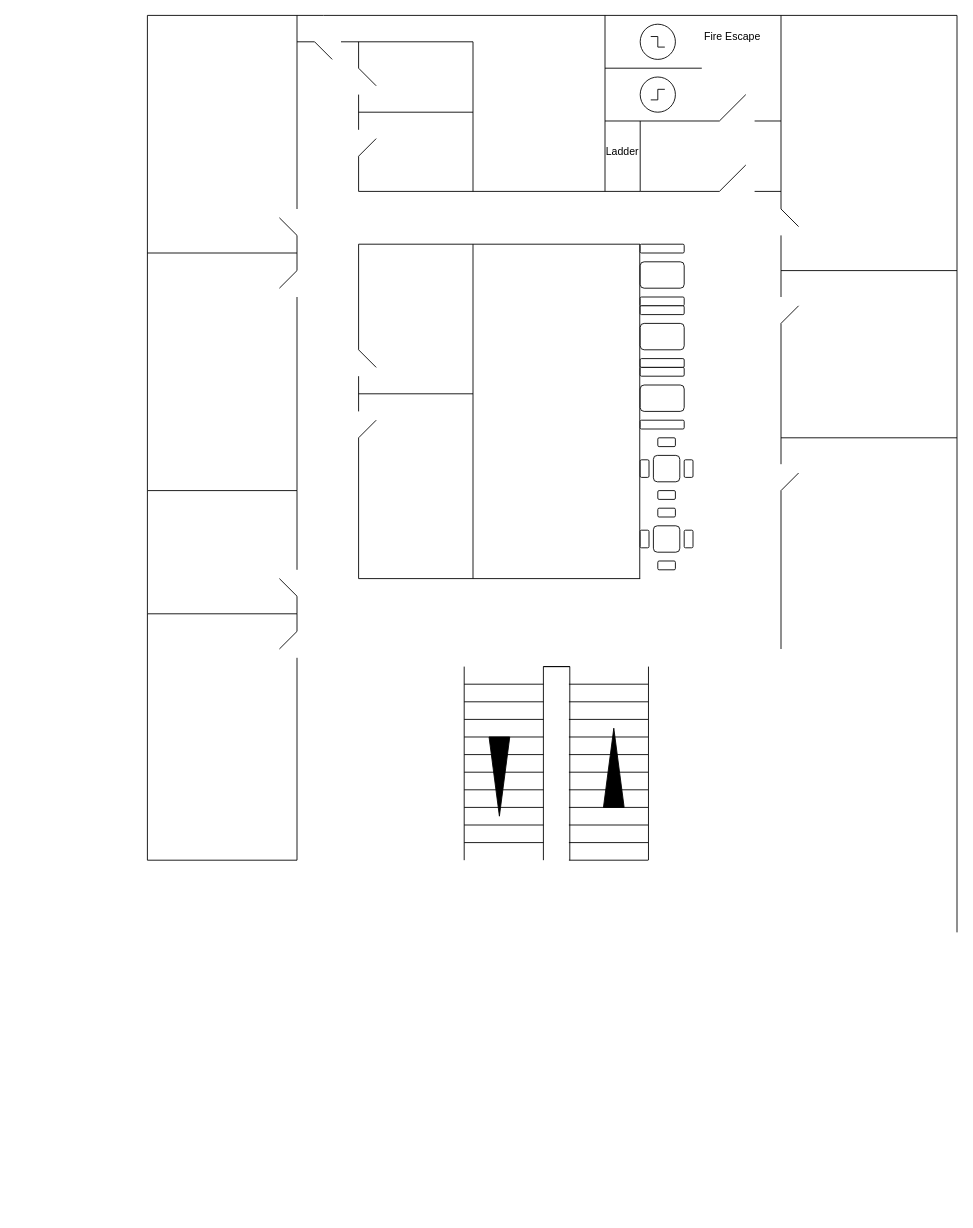
Earlier version of the draw.io diagram Submission_Map_1stFloor.drawio (RemediumSolutions/Draw.IO). Source tidied: cells renumbered, new cells numbered last; positions are measured from the earlier drawing's top-left corner, leaving out a move shared by most shapes. Both pictures are drawn from the tidied source at 88%, with x=0, y=0 at pixel (147, 15).
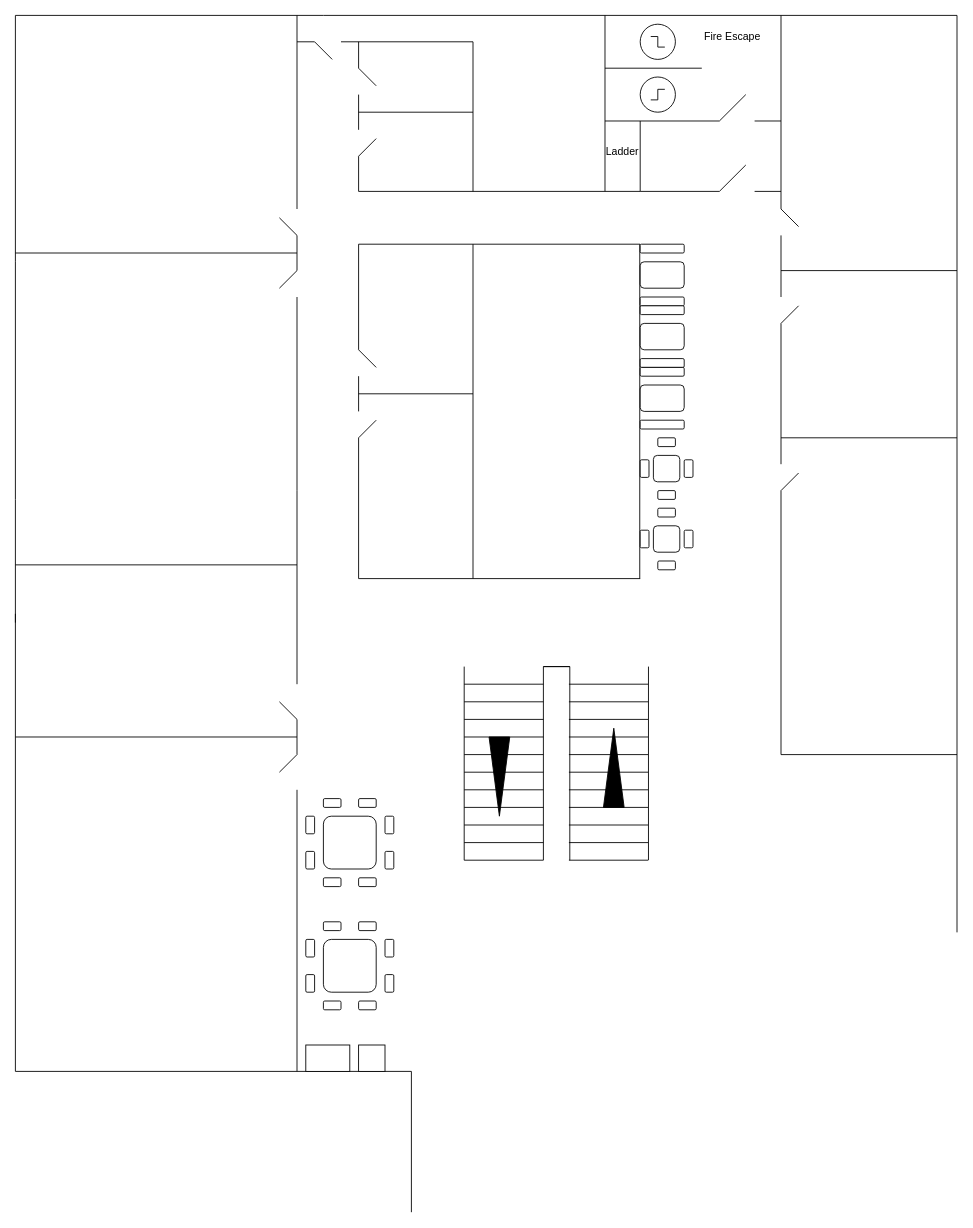
After the change.

Change to the diagram source:
```diff
@@
     <mxCell id="27" style="endArrow=none;html=1;rounded=0;" parent="1" edge="1">
       <mxGeometry relative="1" as="geometry">
-        <mxPoint as="sourcePoint" />
+        <mxPoint x="-150" as="sourcePoint" />
         <mxPoint x="200" as="targetPoint" />
       </mxGeometry>
     </mxCell>
@@
     <mxCell id="31" style="endArrow=none;html=1;rounded=0;" parent="1" edge="1">
       <mxGeometry relative="1" as="geometry">
-        <mxPoint y="270" as="sourcePoint" />
-        <mxPoint as="targetPoint" />
+        <mxPoint x="-150" y="280" as="sourcePoint" />
+        <mxPoint x="-150" as="targetPoint" />
       </mxGeometry>
     </mxCell>
@@
     <mxCell id="34" style="endArrow=none;html=1;rounded=0;" parent="1" edge="1">
       <mxGeometry relative="1" as="geometry">
-        <mxPoint y="270" as="sourcePoint" />
+        <mxPoint x="-150" y="270" as="sourcePoint" />
         <mxPoint x="170" y="270" as="targetPoint" />
       </mxGeometry>
     </mxCell>
     <mxCell id="35" style="endArrow=none;html=1;rounded=0;" parent="1" edge="1">
       <mxGeometry relative="1" as="geometry">
-        <mxPoint y="540" as="sourcePoint" />
-        <mxPoint y="270" as="targetPoint" />
+        <mxPoint x="-150" y="550" as="sourcePoint" />
+        <mxPoint x="-150" y="280" as="targetPoint" />
       </mxGeometry>
     </mxCell>
@@
     <mxCell id="39" style="endArrow=none;html=1;rounded=0;" parent="1" edge="1">
       <mxGeometry relative="1" as="geometry">
-        <mxPoint y="540" as="sourcePoint" />
-        <mxPoint x="170" y="540" as="targetPoint" />
+        <mxPoint x="-150" y="624.4" as="sourcePoint" />
+        <mxPoint x="170" y="624.4" as="targetPoint" />
       </mxGeometry>
     </mxCell>
     <mxCell id="40" style="endArrow=none;html=1;rounded=0;" parent="1" edge="1">
       <mxGeometry relative="1" as="geometry">
-        <mxPoint x="150" y="640" as="sourcePoint" />
-        <mxPoint x="170" y="660" as="targetPoint" />
+        <mxPoint x="150" y="780" as="sourcePoint" />
+        <mxPoint x="170" y="800" as="targetPoint" />
       </mxGeometry>
     </mxCell>
     <mxCell id="41" style="endArrow=none;html=1;rounded=0;" parent="1" edge="1">
       <mxGeometry relative="1" as="geometry">
-        <mxPoint x="170" y="680" as="sourcePoint" />
-        <mxPoint x="170" y="660" as="targetPoint" />
+        <mxPoint x="170" y="820" as="sourcePoint" />
+        <mxPoint x="170" y="800" as="targetPoint" />
       </mxGeometry>
     </mxCell>
     <mxCell id="42" style="endArrow=none;html=1;rounded=0;" parent="1" edge="1">
       <mxGeometry relative="1" as="geometry">
-        <mxPoint x="170" y="700" as="sourcePoint" />
-        <mxPoint x="170" y="680" as="targetPoint" />
+        <mxPoint x="170" y="840" as="sourcePoint" />
+        <mxPoint x="170" y="820" as="targetPoint" />
       </mxGeometry>
     </mxCell>
     <mxCell id="43" style="endArrow=none;html=1;rounded=0;" parent="1" edge="1">
       <mxGeometry relative="1" as="geometry">
-        <mxPoint x="150" y="720" as="sourcePoint" />
-        <mxPoint x="170" y="700" as="targetPoint" />
+        <mxPoint x="150" y="860" as="sourcePoint" />
+        <mxPoint x="170" y="840" as="targetPoint" />
       </mxGeometry>
     </mxCell>
     <mxCell id="44" style="endArrow=none;html=1;rounded=0;" parent="1" edge="1">
       <mxGeometry relative="1" as="geometry">
-        <mxPoint x="170" y="630" as="sourcePoint" />
+        <mxPoint x="170" y="760" as="sourcePoint" />
         <mxPoint x="170" y="540" as="targetPoint" />
       </mxGeometry>
     </mxCell>
     <mxCell id="45" style="endArrow=none;html=1;rounded=0;" parent="1" edge="1">
       <mxGeometry relative="1" as="geometry">
-        <mxPoint y="540" as="sourcePoint" />
-        <mxPoint y="680" as="targetPoint" />
+        <mxPoint x="-150" y="550" as="sourcePoint" />
+        <mxPoint x="-150" y="690" as="targetPoint" />
       </mxGeometry>
     </mxCell>
     <mxCell id="46" style="endArrow=none;html=1;rounded=0;" parent="1" edge="1">
       <mxGeometry relative="1" as="geometry">
-        <mxPoint y="680" as="sourcePoint" />
-        <mxPoint x="170" y="680" as="targetPoint" />
+        <mxPoint x="-150" y="820" as="sourcePoint" />
+        <mxPoint x="170" y="820" as="targetPoint" />
       </mxGeometry>
     </mxCell>
     <mxCell id="47" style="endArrow=none;html=1;rounded=0;" parent="1" edge="1">
       <mxGeometry relative="1" as="geometry">
-        <mxPoint x="170" y="960" as="sourcePoint" />
-        <mxPoint x="170" y="730" as="targetPoint" />
+        <mxPoint x="170" y="1200" as="sourcePoint" />
+        <mxPoint x="170" y="880" as="targetPoint" />
       </mxGeometry>
     </mxCell>
     <mxCell id="48" style="endArrow=none;html=1;rounded=0;" parent="1" edge="1">
       <mxGeometry relative="1" as="geometry">
-        <mxPoint y="960" as="sourcePoint" />
-        <mxPoint y="680" as="targetPoint" />
+        <mxPoint x="-150" y="1200" as="sourcePoint" />
+        <mxPoint x="-150" y="680" as="targetPoint" />
       </mxGeometry>
     </mxCell>
     <mxCell id="49" style="endArrow=none;html=1;rounded=0;" parent="1" edge="1">
       <mxGeometry relative="1" as="geometry">
-        <mxPoint y="960" as="sourcePoint" />
-        <mxPoint x="170" y="960" as="targetPoint" />
+        <mxPoint x="-150" y="1200" as="sourcePoint" />
+        <mxPoint x="300" y="1200" as="targetPoint" />
       </mxGeometry>
     </mxCell>
@@
     <mxCell id="88" style="endArrow=none;html=1;rounded=0;" parent="1" edge="1">
       <mxGeometry relative="1" as="geometry">
         <mxPoint x="720" y="540" as="sourcePoint" />
-        <mxPoint x="720" y="720" as="targetPoint" />
+        <mxPoint x="720" y="840" as="targetPoint" />
       </mxGeometry>
     </mxCell>
@@
+    <mxCell id="118" style="endArrow=none;html=1;rounded=0;" parent="1" edge="1">
+      <mxGeometry relative="1" as="geometry">
+        <mxPoint x="720" y="840" as="sourcePoint" />
+        <mxPoint x="920" y="840" as="targetPoint" />
+      </mxGeometry>
+    </mxCell>
+    <mxCell id="119" style="endArrow=none;html=1;rounded=0;" parent="1" edge="1">
+      <mxGeometry relative="1" as="geometry">
+        <mxPoint x="360" y="960" as="sourcePoint" />
+        <mxPoint x="450" y="960" as="targetPoint" />
+      </mxGeometry>
+    </mxCell>
+    <mxCell id="120" style="rounded=1;whiteSpace=wrap;html=1;" parent="1" vertex="1">
+      <mxGeometry x="200" y="910" width="60" height="60" as="geometry" />
+    </mxCell>
+    <mxCell id="121" style="rounded=1;whiteSpace=wrap;html=1;" parent="1" vertex="1">
+      <mxGeometry x="180" y="910" width="10" height="20" as="geometry" />
+    </mxCell>
+    <mxCell id="122" style="rounded=1;whiteSpace=wrap;html=1;" parent="1" vertex="1">
+      <mxGeometry x="180" y="950" width="10" height="20" as="geometry" />
+    </mxCell>
+    <mxCell id="123" style="rounded=1;whiteSpace=wrap;html=1;" parent="1" vertex="1">
+      <mxGeometry x="270" y="910" width="10" height="20" as="geometry" />
+    </mxCell>
+    <mxCell id="124" style="rounded=1;whiteSpace=wrap;html=1;" parent="1" vertex="1">
+      <mxGeometry x="270" y="950" width="10" height="20" as="geometry" />
+    </mxCell>
+    <mxCell id="125" style="rounded=1;whiteSpace=wrap;html=1;" parent="1" vertex="1">
+      <mxGeometry x="200" y="890" width="20" height="10" as="geometry" />
+    </mxCell>
+    <mxCell id="126" style="rounded=1;whiteSpace=wrap;html=1;" parent="1" vertex="1">
+      <mxGeometry x="240" y="890" width="20" height="10" as="geometry" />
+    </mxCell>
+    <mxCell id="127" style="rounded=1;whiteSpace=wrap;html=1;" parent="1" vertex="1">
+      <mxGeometry x="200" y="980" width="20" height="10" as="geometry" />
+    </mxCell>
+    <mxCell id="128" style="rounded=1;whiteSpace=wrap;html=1;" parent="1" vertex="1">
+      <mxGeometry x="240" y="980" width="20" height="10" as="geometry" />
+    </mxCell>
+    <mxCell id="129" style="rounded=1;whiteSpace=wrap;html=1;" parent="1" vertex="1">
+      <mxGeometry x="200" y="1050" width="60" height="60" as="geometry" />
+    </mxCell>
+    <mxCell id="130" style="rounded=1;whiteSpace=wrap;html=1;" parent="1" vertex="1">
+      <mxGeometry x="180" y="1050" width="10" height="20" as="geometry" />
+    </mxCell>
+    <mxCell id="131" style="rounded=1;whiteSpace=wrap;html=1;" parent="1" vertex="1">
+      <mxGeometry x="180" y="1090" width="10" height="20" as="geometry" />
+    </mxCell>
+    <mxCell id="132" style="rounded=1;whiteSpace=wrap;html=1;" parent="1" vertex="1">
+      <mxGeometry x="270" y="1050" width="10" height="20" as="geometry" />
+    </mxCell>
+    <mxCell id="133" style="rounded=1;whiteSpace=wrap;html=1;" parent="1" vertex="1">
+      <mxGeometry x="270" y="1090" width="10" height="20" as="geometry" />
+    </mxCell>
+    <mxCell id="134" style="rounded=1;whiteSpace=wrap;html=1;" parent="1" vertex="1">
+      <mxGeometry x="200" y="1030" width="20" height="10" as="geometry" />
+    </mxCell>
+    <mxCell id="135" style="rounded=1;whiteSpace=wrap;html=1;" parent="1" vertex="1">
+      <mxGeometry x="240" y="1030" width="20" height="10" as="geometry" />
+    </mxCell>
+    <mxCell id="136" style="rounded=1;whiteSpace=wrap;html=1;" parent="1" vertex="1">
+      <mxGeometry x="200" y="1120" width="20" height="10" as="geometry" />
+    </mxCell>
+    <mxCell id="137" style="rounded=1;whiteSpace=wrap;html=1;" parent="1" vertex="1">
+      <mxGeometry x="240" y="1120" width="20" height="10" as="geometry" />
+    </mxCell>
+    <mxCell id="138" style="rounded=0;whiteSpace=wrap;html=1;" parent="1" vertex="1">
+      <mxGeometry x="180" y="1170" width="50" height="30" as="geometry" />
+    </mxCell>
+    <mxCell id="139" style="rounded=0;whiteSpace=wrap;html=1;" parent="1" vertex="1">
+      <mxGeometry x="240" y="1170" width="30" height="30" as="geometry" />
+    </mxCell>
+    <mxCell id="140" style="endArrow=none;html=1;rounded=0;" parent="1" edge="1">
+      <mxGeometry relative="1" as="geometry">
+        <mxPoint x="300" y="1200" as="sourcePoint" />
+        <mxPoint x="300" y="1360" as="targetPoint" />
+      </mxGeometry>
+    </mxCell>
```
